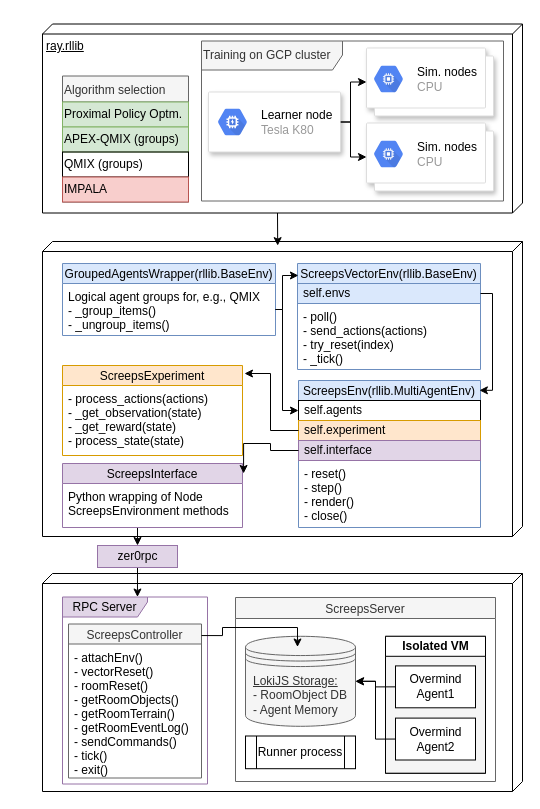
Above: models/package_structure.drawio in bencbartlett/Overmind-RL (draw.io), before the change. Source tidied: cells renumbered, new cells numbered last; positions are measured from the earlier drawing's top-left corner, leaving out a move shared by most shapes. Both pictures are drawn from the tidied source at 100%, with x=0, y=0 at pixel (42, 24).
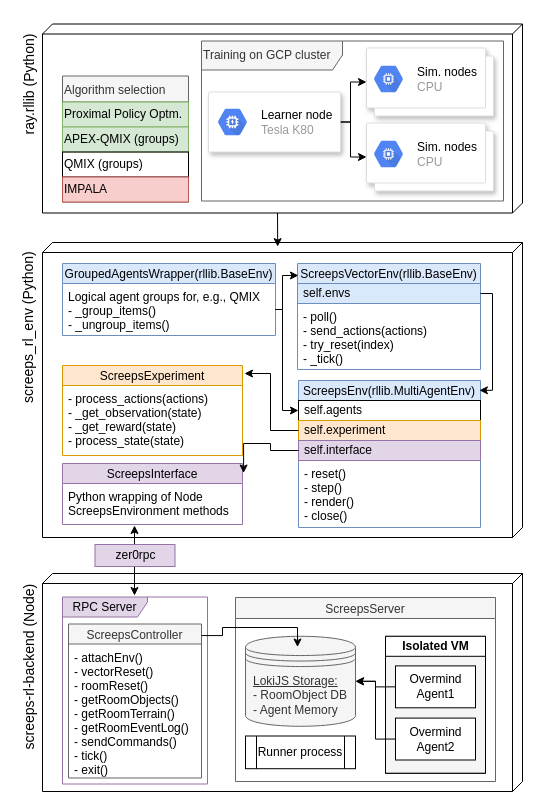
After the change.

Commit message:
finished UML diagram

Unchanged cells that the change refers to:
```xml
<mxCell id="25" value="RPC Server" style="shape=umlFrame;whiteSpace=wrap;html=1;labelBackgroundColor=none;strokeColor=#9673a6;fillColor=#e1d5e7;width=85;height=20;" parent="24" vertex="1">
  <mxGeometry width="145" height="187" as="geometry" />
</mxCell>
<mxCell id="41" style="group;" parent="1" vertex="1">
  <mxGeometry y="-0.5" width="480" height="189" as="geometry" />
</mxCell>
```

Change to the diagram source:
```diff
@@
     <mxCell id="3" style="verticalAlign=top;align=left;spacingTop=8;spacingLeft=2;spacingRight=12;shape=cube;size=10;direction=south;fontStyle=0;" parent="1" vertex="1">
-      <mxGeometry y="217" width="480" height="295" as="geometry" />
+      <mxGeometry y="218" width="480" height="295" as="geometry" />
     </mxCell>
-    <mxCell id="4" style="edgeStyle=orthogonalEdgeStyle;rounded=0;jettySize=auto;html=1;exitX=0.5;exitY=1;exitDx=0;exitDy=0;entryX=0.517;entryY=0;entryDx=0;entryDy=0;entryPerimeter=0;fontFamily=Courier New;" parent="1" edge="1" source="5" target="25">
-      <mxGeometry relative="1" as="geometry" />
-    </mxCell>
-    <mxCell id="5" value="zer0rpc" style="html=1;labelBackgroundColor=none;strokeColor=#9673a6;fillColor=#e1d5e7;" parent="1" vertex="1">
-      <mxGeometry x="55" y="521" width="80" height="22" as="geometry" />
-    </mxCell>
-    <mxCell id="6" style="edgeStyle=orthogonalEdgeStyle;rounded=0;jettySize=auto;html=1;entryX=0.5;entryY=0;entryDx=0;entryDy=0;fontFamily=Courier New;" parent="1" edge="1" source="7" target="5">
-      <mxGeometry relative="1" as="geometry">
-        <Array as="points">
-          <mxPoint x="95" y="482" />
-          <mxPoint x="95" y="482" />
-        </Array>
-      </mxGeometry>
-    </mxCell>
     <mxCell id="7" value="ScreepsInterface" style="swimlane;fontStyle=0;horizontal=1;startSize=20;fillColor=#e1d5e7;labelBackgroundColor=none;strokeColor=#9673a6;html=0;" parent="1" vertex="1">
-      <mxGeometry x="20" y="439" width="180" height="64" as="geometry" />
+      <mxGeometry x="20" y="439" width="180" height="61" as="geometry" />
     </mxCell>
     <mxCell id="8" value="Python wrapping of Node&#10;ScreepsEnvironment methods&#10;" style="text;strokeColor=none;fillColor=none;align=left;verticalAlign=top;spacingLeft=4;spacingRight=4;overflow=hidden;" parent="7" vertex="1">
-      <mxGeometry y="20" width="180" height="44" as="geometry" />
+      <mxGeometry y="20" width="180" height="41" as="geometry" />
     </mxCell>
@@
-    <mxCell id="42" value="ray.rllib" style="verticalAlign=top;align=left;spacingTop=8;spacingLeft=2;spacingRight=12;shape=cube;size=10;direction=south;fontStyle=4;html=1;" parent="41" vertex="1">
+    <mxCell id="42" style="verticalAlign=top;align=left;spacingTop=8;spacingLeft=2;spacingRight=12;shape=cube;size=10;direction=south;fontStyle=4;html=1;" parent="41" vertex="1">
       <mxGeometry width="480" height="189" as="geometry" />
     </mxCell>
@@
+    <mxCell id="59" value="screeps_rl_env (Python)" style="text;html=1;align=left;verticalAlign=top;spacingTop=-4;fontFamily=Helvetica;rotation=-90;fontSize=14;" parent="1" vertex="1">
+      <mxGeometry x="-90" y="296" width="150" height="20" as="geometry" />
+    </mxCell>
+    <mxCell id="60" value="screeps-rl-backend (Node)" style="text;html=1;align=left;verticalAlign=top;spacingTop=-4;fontFamily=Helvetica;rotation=-90;fontSize=14;" parent="1" vertex="1">
+      <mxGeometry x="-105" y="627.5" width="180" height="20" as="geometry" />
+    </mxCell>
+    <mxCell id="61" value="ray.rllib (Python)" style="text;html=1;align=left;verticalAlign=top;spacingTop=-4;fontFamily=Helvetica;rotation=-90;fontSize=14;" parent="1" vertex="1">
+      <mxGeometry x="-75" y="42.5" width="120" height="20" as="geometry" />
+    </mxCell>
+    <mxCell id="62" style="endArrow=classic;startArrow=classic;html=1;fontFamily=Helvetica;fontSize=14;" parent="1" edge="1">
+      <mxGeometry relative="1" as="geometry">
+        <mxPoint x="92" y="571" as="sourcePoint" />
+        <mxPoint x="92" y="501" as="targetPoint" />
+      </mxGeometry>
+    </mxCell>
+    <mxCell id="5" value="zer0rpc" style="html=1;labelBackgroundColor=none;strokeColor=#9673a6;fillColor=#e1d5e7;" parent="1" vertex="1">
+      <mxGeometry x="52.5" y="520" width="80" height="22" as="geometry" />
+    </mxCell>
```
